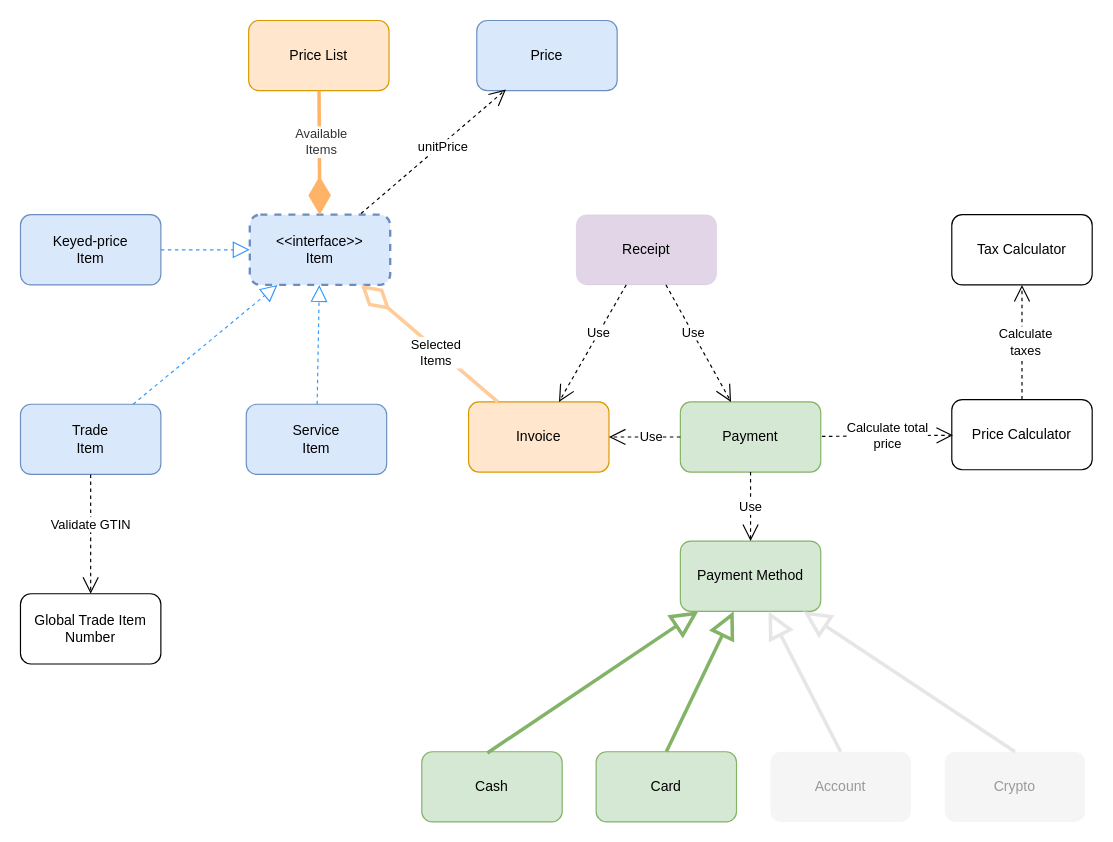
Before: Portculis Cashier.drawio in 369neri/PortculisPOS, a draw.io diagram. Source tidied: cells renumbered, new cells numbered last; positions are measured from the earlier drawing's top-left corner, leaving out a move shared by most shapes. Both pictures are drawn from the tidied source at 117%, with x=0, y=0 at pixel (20, 20).
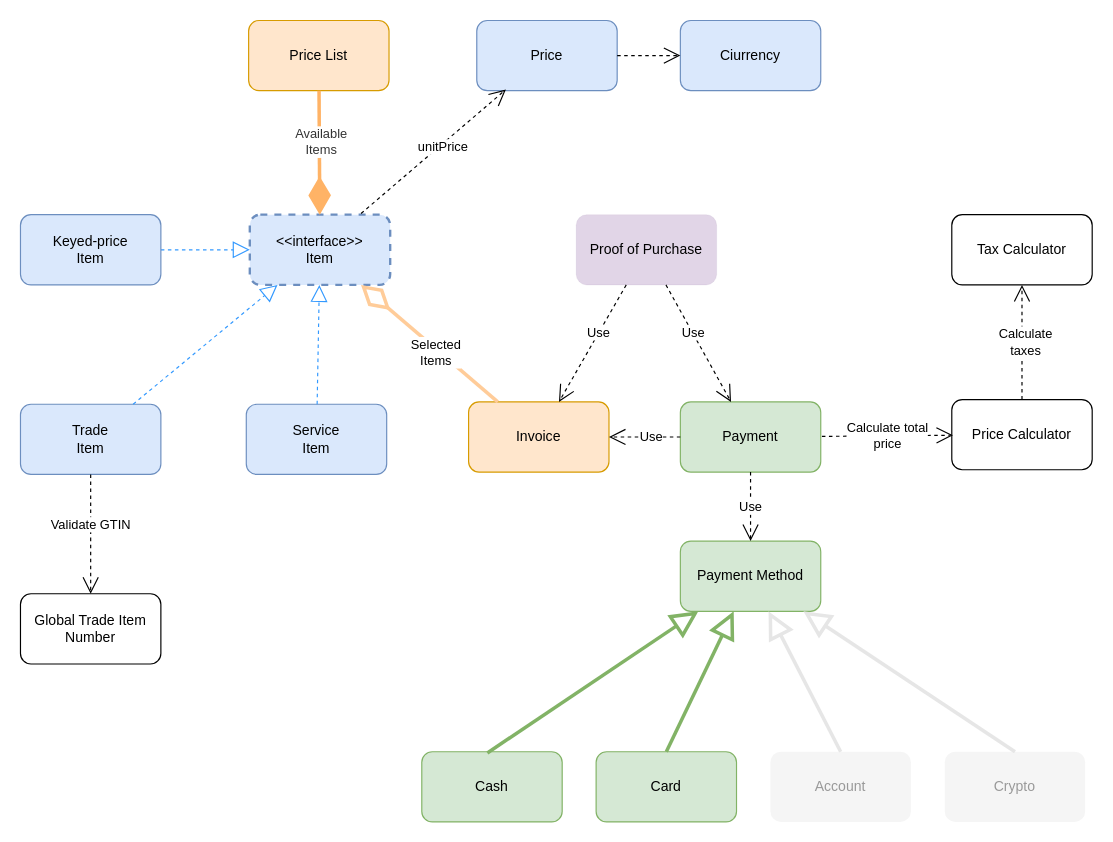
After the change.

Commit message:
Added currency entity to diagram

Unchanged cells that the change refers to:
```xml
<mxCell id="34" value="Price" style="rounded=1;whiteSpace=wrap;html=1;fillColor=#dae8fc;strokeColor=#6c8ebf;" parent="1" vertex="1">
  <mxGeometry x="390" width="120" height="60" as="geometry" />
</mxCell>
```

Diff of the diagram source:
```diff
@@
-    <mxCell id="24" value="Receipt" style="rounded=1;whiteSpace=wrap;html=1;strokeWidth=0;fillColor=#e1d5e7;strokeColor=#9673a6;" parent="1" vertex="1">
+    <mxCell id="24" value="Proof of Purchase" style="rounded=1;whiteSpace=wrap;html=1;strokeWidth=0;fillColor=#e1d5e7;strokeColor=#9673a6;" parent="1" vertex="1">
       <mxGeometry x="475" y="166" width="120" height="60" as="geometry" />
     </mxCell>
@@
+    <mxCell id="38" value="Ciurrency" style="rounded=1;whiteSpace=wrap;html=1;fillColor=#dae8fc;strokeColor=#6c8ebf;" parent="1" vertex="1">
+      <mxGeometry x="564" width="120" height="60" as="geometry" />
+    </mxCell>
+    <mxCell id="39" style="endArrow=open;endSize=12;dashed=1;html=1;rounded=0;" parent="1" edge="1" source="34" target="38">
+      <mxGeometry x="-0.04" y="-62" relative="1" as="geometry" />
+    </mxCell>
```
